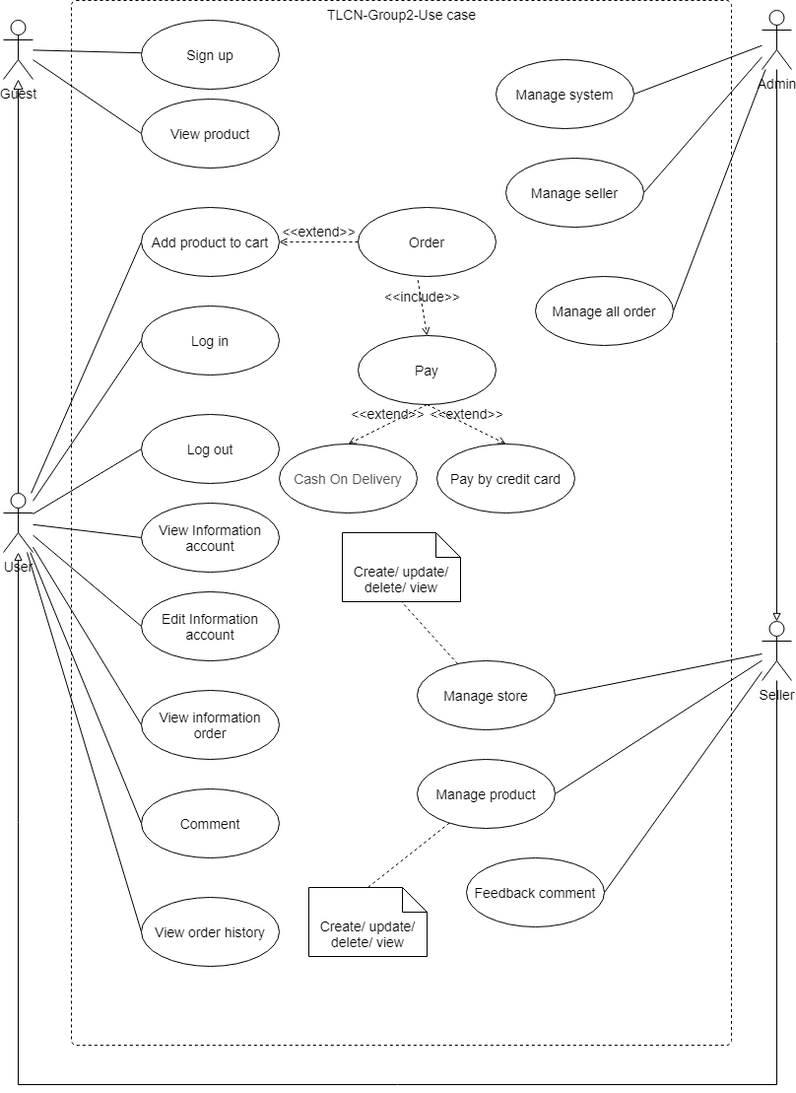
The draw.io diagram System Design/Use case.drawio.png in giakhangnguyenlam/TLCNGroup2UTE, before a commit. Source tidied: cells renumbered, new cells last; positions are measured from the earlier drawing's top-left corner, leaving out a move shared by most shapes.
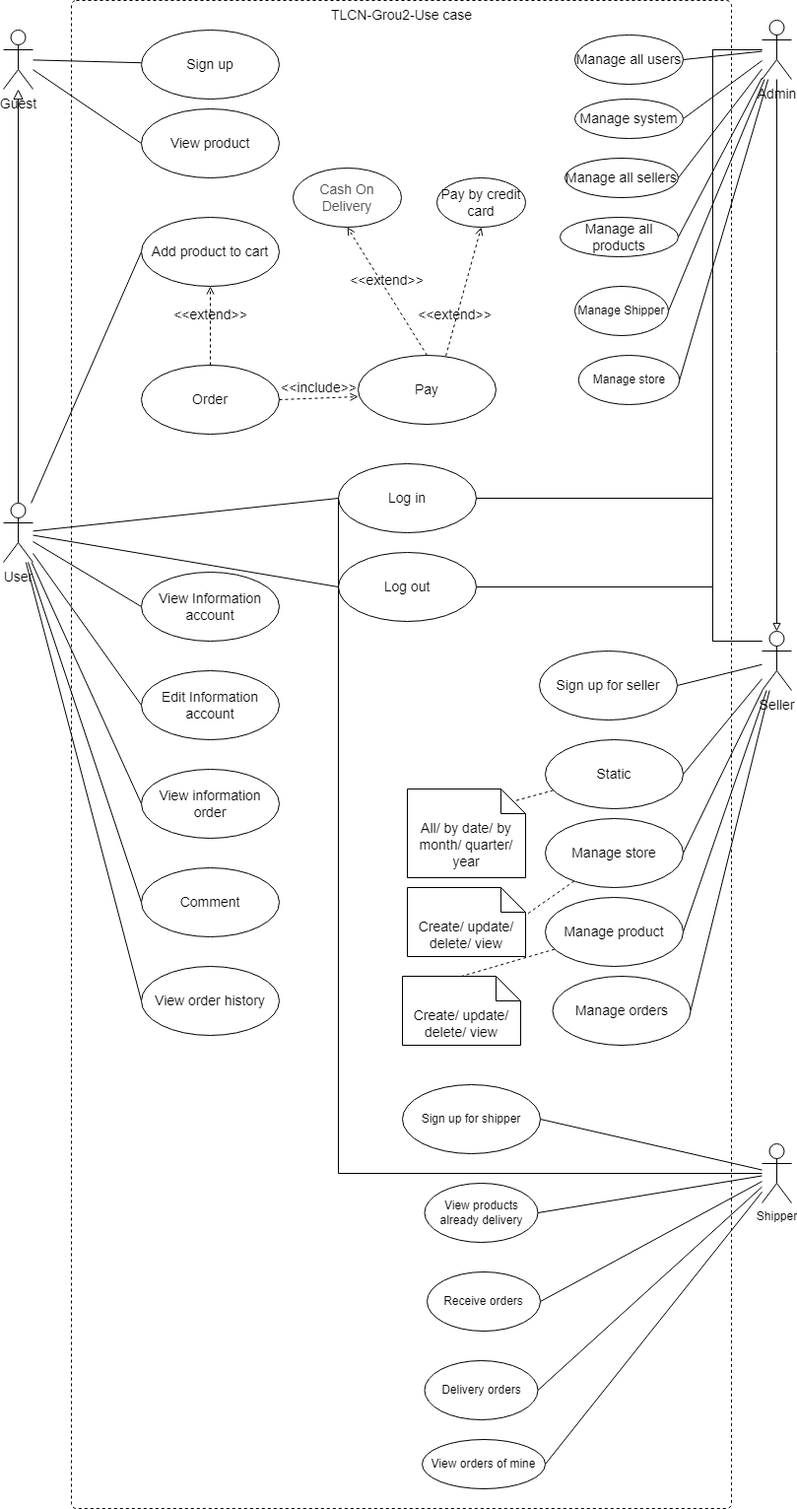
After the commit.

Change to the diagram source:
```diff
@@ -2,8 +2,8 @@
   <root>
     <mxCell id="0" />
     <mxCell id="1" parent="0" />
-    <mxCell id="2" value="TLCN-Group2-Use case" style="html=1;align=center;verticalAlign=top;rounded=1;absoluteArcSize=1;arcSize=10;dashed=1;fontSize=14;" parent="1" vertex="1">
-      <mxGeometry x="69" width="670" height="1060" as="geometry" />
+    <mxCell id="2" value="TLCN-Grou2-Use case" style="html=1;align=center;verticalAlign=top;rounded=1;absoluteArcSize=1;arcSize=10;dashed=1;fontSize=14;" parent="1" vertex="1">
+      <mxGeometry x="69" y="-10" width="670" height="1530" as="geometry" />
     </mxCell>
     <mxCell id="3" style="edgeStyle=none;rounded=0;jettySize=auto;html=1;endArrow=none;endFill=0;fontSize=14;" parent="1" edge="1" source="5" target="6">
       <mxGeometry relative="1" as="geometry" />
@@ -47,14 +47,6 @@
     <mxCell id="16" value="User" style="shape=umlActor;verticalLabelPosition=bottom;verticalAlign=top;html=1;fontSize=14;" parent="1" vertex="1">
       <mxGeometry y="500" width="30" height="60" as="geometry" />
     </mxCell>
-    <mxCell id="17" style="edgeStyle=orthogonalEdgeStyle;rounded=0;jettySize=auto;html=1;endArrow=block;endFill=0;fontSize=14;" parent="1" edge="1" source="21" target="16">
-      <mxGeometry relative="1" as="geometry">
-        <Array as="points">
-          <mxPoint x="785" y="1100" />
-          <mxPoint x="15" y="1100" />
-        </Array>
-      </mxGeometry>
-    </mxCell>
     <mxCell id="18" style="edgeStyle=none;rounded=0;jettySize=auto;html=1;entryX=1;entryY=0.5;entryDx=0;entryDy=0;fontFamily=Helvetica;fontSize=14;endArrow=none;endFill=0;" parent="1" edge="1" source="21" target="45">
       <mxGeometry relative="1" as="geometry" />
     </mxCell>
@@ -64,6 +56,28 @@
     <mxCell id="20" style="edgeStyle=none;rounded=0;jettySize=auto;html=1;entryX=1;entryY=0.5;entryDx=0;entryDy=0;fontFamily=Helvetica;fontSize=14;endArrow=none;endFill=0;" parent="1" edge="1" source="21" target="50">
       <mxGeometry relative="1" as="geometry" />
     </mxCell>
+    <mxCell id="54" style="edgeStyle=none;rounded=0;jettySize=auto;html=1;entryX=1;entryY=0.5;entryDx=0;entryDy=0;endArrow=none;endFill=0;" parent="1" edge="1" source="21" target="65">
+      <mxGeometry relative="1" as="geometry" />
+    </mxCell>
+    <mxCell id="55" style="edgeStyle=orthogonalEdgeStyle;rounded=0;jettySize=auto;html=1;entryX=1;entryY=0.5;entryDx=0;entryDy=0;endArrow=none;endFill=0;" parent="1" edge="1" source="21" target="28">
+      <mxGeometry relative="1" as="geometry">
+        <Array as="points">
+          <mxPoint x="720" y="640" />
+          <mxPoint x="720" y="495" />
+        </Array>
+      </mxGeometry>
+    </mxCell>
+    <mxCell id="56" style="edgeStyle=orthogonalEdgeStyle;rounded=0;jettySize=auto;html=1;entryX=1;entryY=0.5;entryDx=0;entryDy=0;endArrow=none;endFill=0;" parent="1" edge="1" source="21" target="29">
+      <mxGeometry relative="1" as="geometry">
+        <Array as="points">
+          <mxPoint x="720" y="640" />
+          <mxPoint x="720" y="585" />
+        </Array>
+      </mxGeometry>
+    </mxCell>
+    <mxCell id="57" style="edgeStyle=none;rounded=0;jettySize=auto;html=1;entryX=1;entryY=0.5;entryDx=0;entryDy=0;endArrow=none;endFill=0;" parent="1" edge="1" source="21" target="67">
+      <mxGeometry relative="1" as="geometry" />
+    </mxCell>
     <mxCell id="21" value="Seller" style="shape=umlActor;verticalLabelPosition=bottom;verticalAlign=top;html=1;fontSize=14;" parent="1" vertex="1">
       <mxGeometry x="770" y="630" width="30" height="60" as="geometry" />
     </mxCell>
@@ -79,6 +93,31 @@
     <mxCell id="25" style="edgeStyle=none;rounded=0;jettySize=auto;html=1;entryX=1;entryY=0.5;entryDx=0;entryDy=0;fontFamily=Helvetica;fontSize=14;endArrow=none;endFill=0;" parent="1" edge="1" source="26" target="53">
       <mxGeometry relative="1" as="geometry" />
     </mxCell>
+    <mxCell id="58" style="rounded=0;jettySize=auto;html=1;entryX=1;entryY=0.5;entryDx=0;entryDy=0;endArrow=none;endFill=0;" parent="1" edge="1" source="26" target="63">
+      <mxGeometry relative="1" as="geometry" />
+    </mxCell>
+    <mxCell id="59" style="edgeStyle=orthogonalEdgeStyle;rounded=0;jettySize=auto;html=1;entryX=1;entryY=0.5;entryDx=0;entryDy=0;endArrow=none;endFill=0;" parent="1" edge="1" source="26" target="28">
+      <mxGeometry relative="1" as="geometry">
+        <Array as="points">
+          <mxPoint x="720" y="40" />
+          <mxPoint x="720" y="495" />
+        </Array>
+      </mxGeometry>
+    </mxCell>
+    <mxCell id="60" style="edgeStyle=orthogonalEdgeStyle;rounded=0;jettySize=auto;html=1;entryX=1;entryY=0.5;entryDx=0;entryDy=0;endArrow=none;endFill=0;" parent="1" edge="1" source="26" target="29">
+      <mxGeometry relative="1" as="geometry">
+        <Array as="points">
+          <mxPoint x="720" y="40" />
+          <mxPoint x="720" y="585" />
+        </Array>
+      </mxGeometry>
+    </mxCell>
+    <mxCell id="61" style="rounded=0;jettySize=auto;html=1;entryX=1;entryY=0.5;entryDx=0;entryDy=0;endArrow=none;endFill=0;" parent="1" edge="1" source="26" target="76">
+      <mxGeometry relative="1" as="geometry" />
+    </mxCell>
+    <mxCell id="62" style="edgeStyle=none;rounded=0;jettySize=auto;html=1;entryX=1;entryY=0.5;entryDx=0;entryDy=0;endArrow=none;endFill=0;" parent="1" edge="1" source="26" target="81">
+      <mxGeometry relative="1" as="geometry" />
+    </mxCell>
     <mxCell id="26" value="Admin" style="shape=umlActor;verticalLabelPosition=bottom;verticalAlign=top;html=1;fontSize=14;" parent="1" vertex="1">
       <mxGeometry x="770" y="10" width="30" height="60" as="geometry" />
     </mxCell>
@@ -86,82 +125,143 @@
       <mxGeometry x="140" y="100" width="140" height="70" as="geometry" />
     </mxCell>
     <mxCell id="28" value="Log in" style="ellipse;whiteSpace=wrap;html=1;fontSize=14;" parent="1" vertex="1">
-      <mxGeometry x="140" y="310" width="140" height="70" as="geometry" />
+      <mxGeometry x="340" y="460" width="140" height="70" as="geometry" />
     </mxCell>
     <mxCell id="29" value="Log out" style="ellipse;whiteSpace=wrap;html=1;fontSize=14;" parent="1" vertex="1">
-      <mxGeometry x="140" y="420" width="140" height="70" as="geometry" />
+      <mxGeometry x="340" y="550" width="140" height="70" as="geometry" />
     </mxCell>
-    <mxCell id="30" value="Pay" style="ellipse;whiteSpace=wrap;html=1;fontSize=14;" parent="1" vertex="1">
-      <mxGeometry x="360" y="340" width="140" height="70" as="geometry" />
-    </mxCell>
     <mxCell id="31" value="Add product to cart" style="ellipse;whiteSpace=wrap;html=1;fontSize=14;" parent="1" vertex="1">
       <mxGeometry x="140" y="210" width="140" height="70" as="geometry" />
     </mxCell>
     <mxCell id="32" value="View Information account" style="ellipse;whiteSpace=wrap;html=1;fontSize=14;" parent="1" vertex="1">
-      <mxGeometry x="140" y="510" width="140" height="70" as="geometry" />
+      <mxGeometry x="140" y="570" width="140" height="70" as="geometry" />
     </mxCell>
     <mxCell id="33" value="Edit Information account" style="ellipse;whiteSpace=wrap;html=1;fontSize=14;" parent="1" vertex="1">
-      <mxGeometry x="140" y="600" width="140" height="70" as="geometry" />
+      <mxGeometry x="140" y="670" width="140" height="70" as="geometry" />
     </mxCell>
     <mxCell id="34" value="View information order" style="ellipse;whiteSpace=wrap;html=1;fontSize=14;" parent="1" vertex="1">
-      <mxGeometry x="140" y="700" width="140" height="70" as="geometry" />
+      <mxGeometry x="140" y="770" width="140" height="70" as="geometry" />
     </mxCell>
     <mxCell id="35" value="Pay by credit card" style="ellipse;whiteSpace=wrap;html=1;fontSize=14;" parent="1" vertex="1">
-      <mxGeometry x="440" y="450" width="140" height="70" as="geometry" />
+      <mxGeometry x="440" y="170" width="90" height="50" as="geometry" />
     </mxCell>
     <mxCell id="36" value="&lt;span style=&quot;color: rgb(77, 81, 86); font-size: 14px; text-align: left; background-color: rgb(255, 255, 255);&quot;&gt;Cash On Delivery&lt;/span&gt;" style="ellipse;whiteSpace=wrap;html=1;fontSize=14;" parent="1" vertex="1">
-      <mxGeometry x="280" y="450" width="140" height="70" as="geometry" />
+      <mxGeometry x="294" y="160" width="110" height="60" as="geometry" />
     </mxCell>
-    <mxCell id="37" value="&amp;lt;&amp;lt;extend&amp;gt;&amp;gt;" style="html=1;verticalAlign=bottom;labelBackgroundColor=none;endArrow=open;endFill=0;dashed=1;rounded=0;fontFamily=Helvetica;fontSize=14;exitX=0.5;exitY=1;exitDx=0;exitDy=0;entryX=0.5;entryY=0;entryDx=0;entryDy=0;" parent="1" edge="1" source="30" target="35">
+    <mxCell id="37" value="&amp;lt;&amp;lt;extend&amp;gt;&amp;gt;" style="html=1;verticalAlign=bottom;labelBackgroundColor=none;endArrow=open;endFill=0;dashed=1;rounded=0;fontFamily=Helvetica;fontSize=14;exitX=0.5;exitY=1;exitDx=0;exitDy=0;entryX=0.5;entryY=1;entryDx=0;entryDy=0;" parent="1" edge="1" source="30" target="35">
       <mxGeometry relative="1" as="geometry" />
     </mxCell>
-    <mxCell id="38" value="&amp;lt;&amp;lt;extend&amp;gt;&amp;gt;" style="html=1;verticalAlign=bottom;labelBackgroundColor=none;endArrow=open;endFill=0;dashed=1;rounded=0;fontFamily=Helvetica;fontSize=14;exitX=0.5;exitY=1;exitDx=0;exitDy=0;entryX=0.5;entryY=0;entryDx=0;entryDy=0;" parent="1" edge="1" source="30" target="36">
-      <mxGeometry relative="1" as="geometry" />
-    </mxCell>
     <mxCell id="39" value="Comment" style="ellipse;whiteSpace=wrap;html=1;fontSize=14;" parent="1" vertex="1">
-      <mxGeometry x="140" y="800" width="140" height="70" as="geometry" />
+      <mxGeometry x="140" y="870" width="140" height="70" as="geometry" />
     </mxCell>
     <mxCell id="40" value="View order history" style="ellipse;whiteSpace=wrap;html=1;fontSize=14;" parent="1" vertex="1">
-      <mxGeometry x="140" y="910" width="140" height="70" as="geometry" />
+      <mxGeometry x="140" y="970" width="140" height="70" as="geometry" />
     </mxCell>
     <mxCell id="41" value="Order" style="ellipse;whiteSpace=wrap;html=1;fontSize=14;" parent="1" vertex="1">
-      <mxGeometry x="360" y="210" width="140" height="70" as="geometry" />
+      <mxGeometry x="140" y="360" width="140" height="70" as="geometry" />
     </mxCell>
-    <mxCell id="42" value="&amp;lt;&amp;lt;extend&amp;gt;&amp;gt;" style="html=1;verticalAlign=bottom;labelBackgroundColor=none;endArrow=open;endFill=0;dashed=1;rounded=0;fontFamily=Helvetica;fontSize=14;entryX=1;entryY=0.5;entryDx=0;entryDy=0;exitX=0;exitY=0.5;exitDx=0;exitDy=0;" parent="1" edge="1" source="41" target="31">
+    <mxCell id="42" value="&amp;lt;&amp;lt;extend&amp;gt;&amp;gt;" style="html=1;verticalAlign=bottom;labelBackgroundColor=none;endArrow=open;endFill=0;dashed=1;rounded=0;fontFamily=Helvetica;fontSize=14;entryX=0.5;entryY=1;entryDx=0;entryDy=0;exitX=0.5;exitY=0;exitDx=0;exitDy=0;" parent="1" edge="1" source="41" target="31">
       <mxGeometry relative="1" as="geometry" />
     </mxCell>
-    <mxCell id="43" value="&amp;lt;&amp;lt;include&amp;gt;&amp;gt;" style="html=1;verticalAlign=bottom;labelBackgroundColor=none;endArrow=open;endFill=0;dashed=1;rounded=0;fontFamily=Helvetica;fontSize=14;exitX=0.434;exitY=1.054;exitDx=0;exitDy=0;exitPerimeter=0;entryX=0.5;entryY=0;entryDx=0;entryDy=0;" parent="1" edge="1" source="41" target="30">
+    <mxCell id="43" value="&amp;lt;&amp;lt;include&amp;gt;&amp;gt;" style="html=1;verticalAlign=bottom;labelBackgroundColor=none;endArrow=open;endFill=0;dashed=1;rounded=0;fontFamily=Helvetica;fontSize=14;entryX=0;entryY=0.6;entryDx=0;entryDy=0;entryPerimeter=0;exitX=1;exitY=0.5;exitDx=0;exitDy=0;" parent="1" edge="1" source="41" target="30">
       <mxGeometry relative="1" as="geometry" />
     </mxCell>
     <mxCell id="44" style="edgeStyle=none;rounded=0;jettySize=auto;html=1;entryX=0.5;entryY=1;entryDx=0;entryDy=0;entryPerimeter=0;fontFamily=Helvetica;fontSize=14;endArrow=none;endFill=0;dashed=1;" parent="1" edge="1" source="45" target="46">
       <mxGeometry relative="1" as="geometry" />
     </mxCell>
     <mxCell id="45" value="Manage store" style="ellipse;whiteSpace=wrap;html=1;fontSize=14;" parent="1" vertex="1">
-      <mxGeometry x="420" y="670" width="140" height="70" as="geometry" />
+      <mxGeometry x="550" y="820" width="140" height="70" as="geometry" />
     </mxCell>
     <mxCell id="46" value="Create/ update/ delete/ view" style="shape=note2;boundedLbl=1;whiteSpace=wrap;html=1;size=25;verticalAlign=top;align=center;fontFamily=Helvetica;fontSize=14;" parent="1" vertex="1">
-      <mxGeometry x="344" y="540" width="120" height="70" as="geometry" />
+      <mxGeometry x="410" y="890" width="120" height="70" as="geometry" />
     </mxCell>
     <mxCell id="47" style="edgeStyle=none;rounded=0;jettySize=auto;html=1;entryX=0.5;entryY=0;entryDx=0;entryDy=0;entryPerimeter=0;dashed=1;fontFamily=Helvetica;fontSize=14;endArrow=none;endFill=0;" parent="1" edge="1" source="48" target="49">
       <mxGeometry relative="1" as="geometry" />
     </mxCell>
     <mxCell id="48" value="Manage product" style="ellipse;whiteSpace=wrap;html=1;fontSize=14;" parent="1" vertex="1">
-      <mxGeometry x="420" y="770" width="140" height="70" as="geometry" />
+      <mxGeometry x="550" y="900" width="140" height="70" as="geometry" />
     </mxCell>
     <mxCell id="49" value="Create/ update/ delete/ view" style="shape=note2;boundedLbl=1;whiteSpace=wrap;html=1;size=25;verticalAlign=top;align=center;fontFamily=Helvetica;fontSize=14;" parent="1" vertex="1">
-      <mxGeometry x="310" y="900" width="120" height="70" as="geometry" />
+      <mxGeometry x="405" y="980" width="120" height="70" as="geometry" />
     </mxCell>
-    <mxCell id="50" value="Feedback comment" style="ellipse;whiteSpace=wrap;html=1;fontSize=14;" parent="1" vertex="1">
-      <mxGeometry x="470" y="870" width="140" height="70" as="geometry" />
+    <mxCell id="50" value="Manage orders" style="ellipse;whiteSpace=wrap;html=1;fontSize=14;" parent="1" vertex="1">
+      <mxGeometry x="557.5" y="980" width="140" height="70" as="geometry" />
     </mxCell>
     <mxCell id="51" value="Manage system" style="ellipse;whiteSpace=wrap;html=1;fontSize=14;" parent="1" vertex="1">
-      <mxGeometry x="500" y="60" width="140" height="70" as="geometry" />
+      <mxGeometry x="580" y="90" width="110" height="40" as="geometry" />
     </mxCell>
-    <mxCell id="52" value="Manage seller" style="ellipse;whiteSpace=wrap;html=1;fontSize=14;" parent="1" vertex="1">
-      <mxGeometry x="510" y="160" width="140" height="70" as="geometry" />
+    <mxCell id="52" value="Manage all sellers" style="ellipse;whiteSpace=wrap;html=1;fontSize=14;" parent="1" vertex="1">
+      <mxGeometry x="570" y="150" width="115" height="40" as="geometry" />
     </mxCell>
-    <mxCell id="53" value="Manage all order" style="ellipse;whiteSpace=wrap;html=1;fontSize=14;" parent="1" vertex="1">
-      <mxGeometry x="540" y="280" width="140" height="70" as="geometry" />
+    <mxCell id="53" value="Manage all products" style="ellipse;whiteSpace=wrap;html=1;fontSize=14;" parent="1" vertex="1">
+      <mxGeometry x="565" y="210" width="120" height="40" as="geometry" />
     </mxCell>
+    <mxCell id="63" value="Manage all users" style="ellipse;whiteSpace=wrap;html=1;fontSize=14;" parent="1" vertex="1">
+      <mxGeometry x="580" y="25" width="110" height="50" as="geometry" />
+    </mxCell>
+    <mxCell id="64" style="edgeStyle=none;rounded=0;jettySize=auto;html=1;entryX=0;entryY=0;entryDx=107.5;entryDy=12.5;entryPerimeter=0;endArrow=none;endFill=0;dashed=1;" parent="1" edge="1" source="65" target="66">
+      <mxGeometry relative="1" as="geometry" />
+    </mxCell>
+    <mxCell id="65" value="Static" style="ellipse;whiteSpace=wrap;html=1;fontSize=14;" parent="1" vertex="1">
+      <mxGeometry x="550" y="740" width="140" height="70" as="geometry" />
+    </mxCell>
+    <mxCell id="66" value="All/ by date/ by month/ quarter/ year" style="shape=note2;boundedLbl=1;whiteSpace=wrap;html=1;size=25;verticalAlign=top;align=center;fontFamily=Helvetica;fontSize=14;" parent="1" vertex="1">
+      <mxGeometry x="410" y="790" width="120" height="90" as="geometry" />
+    </mxCell>
+    <mxCell id="30" value="Pay" style="ellipse;whiteSpace=wrap;html=1;fontSize=14;" parent="1" vertex="1">
+      <mxGeometry x="360" y="350" width="140" height="70" as="geometry" />
+    </mxCell>
+    <mxCell id="38" value="&amp;lt;&amp;lt;extend&amp;gt;&amp;gt;" style="html=1;verticalAlign=bottom;labelBackgroundColor=none;endArrow=open;endFill=0;dashed=1;rounded=0;fontFamily=Helvetica;fontSize=14;exitX=0.5;exitY=0;exitDx=0;exitDy=0;entryX=0.5;entryY=1;entryDx=0;entryDy=0;" parent="1" edge="1" source="30" target="36">
+      <mxGeometry relative="1" as="geometry" />
+    </mxCell>
+    <mxCell id="67" value="Sign up for seller" style="ellipse;whiteSpace=wrap;html=1;fontSize=14;" parent="1" vertex="1">
+      <mxGeometry x="544" y="650" width="140" height="70" as="geometry" />
+    </mxCell>
+    <mxCell id="68" style="rounded=0;jettySize=auto;html=1;entryX=1;entryY=0.5;entryDx=0;entryDy=0;endArrow=none;endFill=0;" parent="1" edge="1" source="74" target="75">
+      <mxGeometry relative="1" as="geometry" />
+    </mxCell>
+    <mxCell id="69" style="edgeStyle=orthogonalEdgeStyle;rounded=0;jettySize=auto;html=1;entryX=0;entryY=0.5;entryDx=0;entryDy=0;endArrow=none;endFill=0;" parent="1" edge="1" source="74" target="28">
+      <mxGeometry relative="1" as="geometry">
+        <Array as="points">
+          <mxPoint x="340" y="1180" />
+        </Array>
+      </mxGeometry>
+    </mxCell>
+    <mxCell id="70" style="edgeStyle=none;rounded=0;jettySize=auto;html=1;entryX=1;entryY=0.5;entryDx=0;entryDy=0;endArrow=none;endFill=0;" parent="1" edge="1" source="74" target="77">
+      <mxGeometry relative="1" as="geometry" />
+    </mxCell>
+    <mxCell id="71" style="edgeStyle=none;rounded=0;jettySize=auto;html=1;entryX=1;entryY=0.5;entryDx=0;entryDy=0;endArrow=none;endFill=0;" parent="1" edge="1" source="74" target="78">
+      <mxGeometry relative="1" as="geometry" />
+    </mxCell>
+    <mxCell id="72" style="edgeStyle=none;rounded=0;jettySize=auto;html=1;entryX=1;entryY=0.5;entryDx=0;entryDy=0;endArrow=none;endFill=0;" parent="1" edge="1" source="74" target="79">
+      <mxGeometry relative="1" as="geometry" />
+    </mxCell>
+    <mxCell id="73" style="edgeStyle=none;rounded=0;jettySize=auto;html=1;entryX=1;entryY=0.5;entryDx=0;entryDy=0;endArrow=none;endFill=0;" parent="1" edge="1" source="74" target="80">
+      <mxGeometry relative="1" as="geometry" />
+    </mxCell>
+    <mxCell id="74" value="Shipper" style="shape=umlActor;html=1;verticalLabelPosition=bottom;verticalAlign=top;align=center;" parent="1" vertex="1">
+      <mxGeometry x="770" y="1150" width="30" height="60" as="geometry" />
+    </mxCell>
+    <mxCell id="75" value="Sign up for shipper" style="ellipse;whiteSpace=wrap;html=1;" parent="1" vertex="1">
+      <mxGeometry x="405" y="1090" width="140" height="70" as="geometry" />
+    </mxCell>
+    <mxCell id="76" value="Manage Shipper" style="ellipse;whiteSpace=wrap;html=1;" parent="1" vertex="1">
+      <mxGeometry x="580" y="280" width="95" height="50" as="geometry" />
+    </mxCell>
+    <mxCell id="77" value="View products already delivery" style="ellipse;whiteSpace=wrap;html=1;" parent="1" vertex="1">
+      <mxGeometry x="427.5" y="1190" width="115" height="60" as="geometry" />
+    </mxCell>
+    <mxCell id="78" value="Receive orders" style="ellipse;whiteSpace=wrap;html=1;" parent="1" vertex="1">
+      <mxGeometry x="430" y="1280" width="115" height="60" as="geometry" />
+    </mxCell>
+    <mxCell id="79" value="Delivery orders" style="ellipse;whiteSpace=wrap;html=1;" parent="1" vertex="1">
+      <mxGeometry x="427.5" y="1370" width="115" height="60" as="geometry" />
+    </mxCell>
+    <mxCell id="80" value="View orders of mine" style="ellipse;whiteSpace=wrap;html=1;" parent="1" vertex="1">
+      <mxGeometry x="425" y="1450" width="125" height="50" as="geometry" />
+    </mxCell>
+    <mxCell id="81" value="Manage store" style="ellipse;whiteSpace=wrap;html=1;" parent="1" vertex="1">
+      <mxGeometry x="583.8" y="350" width="102.5" height="50" as="geometry" />
+    </mxCell>
   </root>
 </mxGraphModel>
```
